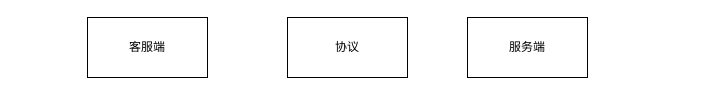
The draw.io diagram 数据请求.drawio in RoboertLaw/company-mall, before the edit. Source tidied: cells renumbered, new cells numbered last; positions are measured from the earlier drawing's top-left corner, leaving out a move shared by most shapes. Both pictures are drawn from the tidied source at 100%, with x=0, y=0 at pixel (87, 17).
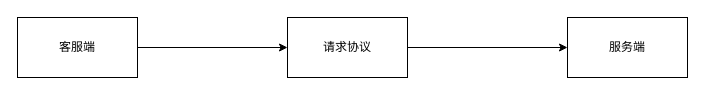
Above is the later version.

Commit message:
更新数据请求.drawio

The edit, as a diff of the source:
```diff
@@
 <mxGraphModel>
   <root>
     <mxCell id="0" />
     <mxCell id="1" parent="0" />
+    <mxCell id="5" style="edgeStyle=orthogonalEdgeStyle;rounded=0;jettySize=auto;html=1;entryX=0;entryY=0.5;entryDx=0;entryDy=0;" parent="1" edge="1" source="2" target="4">
+      <mxGeometry relative="1" as="geometry" />
+    </mxCell>
     <mxCell id="2" value="客服端" style="whiteSpace=wrap;html=1;" parent="1" vertex="1">
-      <mxGeometry width="120" height="60" as="geometry" />
+      <mxGeometry x="-70" width="120" height="60" as="geometry" />
     </mxCell>
     <mxCell id="3" value="服务端" style="whiteSpace=wrap;html=1;" parent="1" vertex="1">
-      <mxGeometry x="380" width="120" height="60" as="geometry" />
+      <mxGeometry x="480" width="120" height="60" as="geometry" />
     </mxCell>
+    <mxCell id="6" style="edgeStyle=orthogonalEdgeStyle;rounded=0;jettySize=auto;html=1;entryX=0;entryY=0.5;entryDx=0;entryDy=0;" parent="1" edge="1" source="4" target="3">
+      <mxGeometry relative="1" as="geometry" />
+    </mxCell>
-    <mxCell id="4" value="协议" style="whiteSpace=wrap;html=1;" parent="1" vertex="1">
+    <mxCell id="4" value="请求协议" style="whiteSpace=wrap;html=1;" parent="1" vertex="1">
       <mxGeometry x="200" width="120" height="60" as="geometry" />
     </mxCell>
   </root>
 </mxGraphModel>
```
